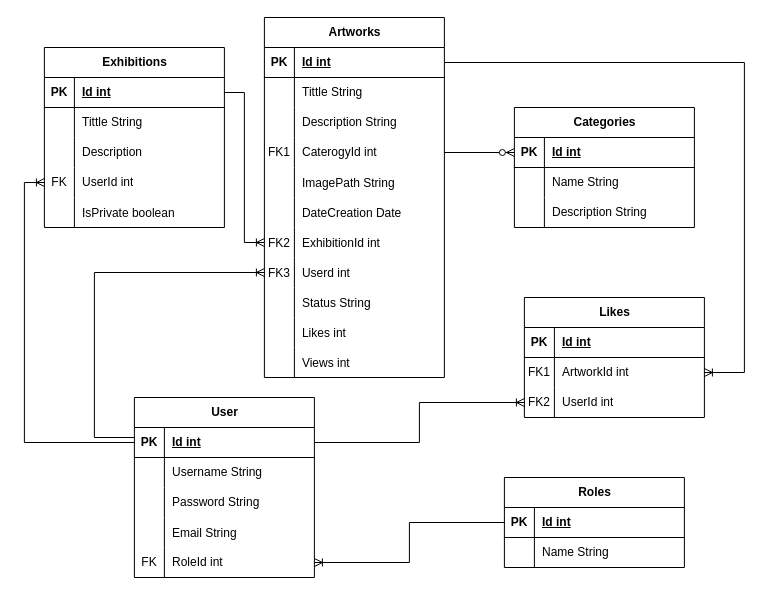
ShutovaTE/VAG-Java keeps this draw.io diagram as Диаграммы/ER-диаграмма.drawio. Above is the earlier version. Source tidied: cells renumbered, new cells numbered last; positions are measured from the earlier drawing's top-left corner, leaving out a move shared by most shapes. Both pictures are drawn from the tidied source at 100%, with x=0, y=0 at pixel (24, 17).
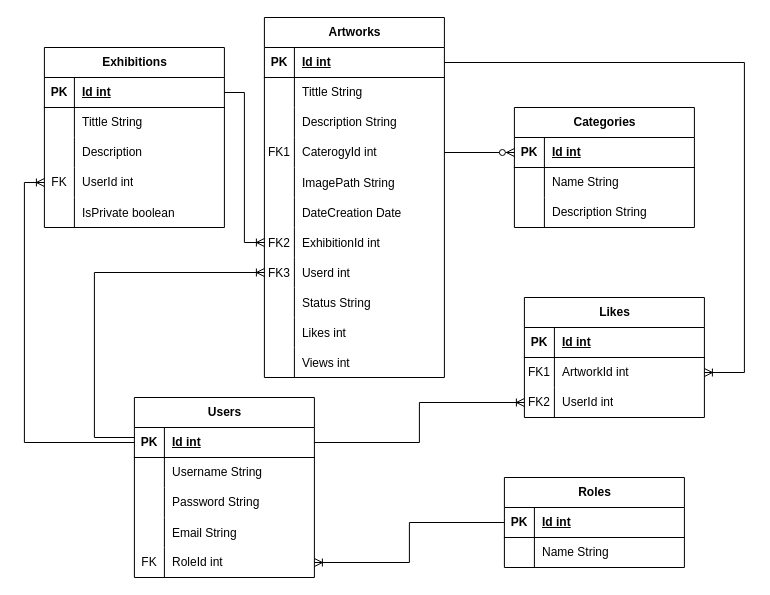
The same page after the edit.

Commit message (it also covers changes not shown here):
Изменения в диаграмме

The edit, as a diff of the source:
```diff
@@
-    <mxCell id="79" value="User" style="shape=table;startSize=30;childLayout=tableLayout;rowLines=0;fontStyle=1;align=center;html=1;" parent="1" vertex="1">
+    <mxCell id="79" value="Users" style="shape=table;startSize=30;childLayout=tableLayout;rowLines=0;fontStyle=1;align=center;html=1;" parent="1" vertex="1">
       <mxGeometry x="109.9" y="380" width="180" height="180" as="geometry" />
     </mxCell>
```
